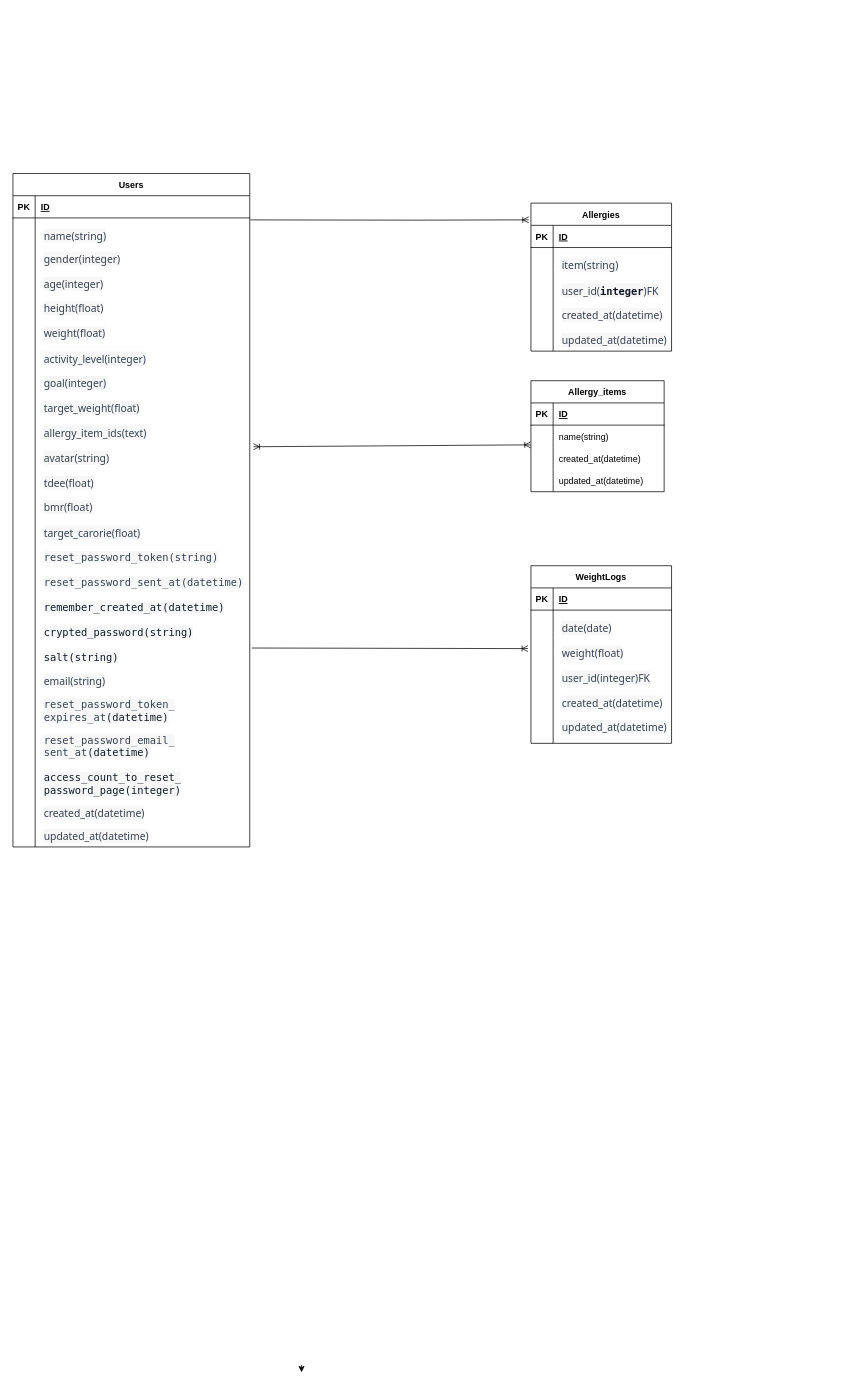
The draw.io diagram er.dio in sakamoto-kohei-44/Fat-Recipe, before the edit. Source tidied: cells renumbered, new cells numbered last; positions are measured from the earlier drawing's top-left corner, leaving out a move shared by most shapes. Both pictures are drawn from the tidied source at 74%, with x=0, y=0 at pixel (13, 173).
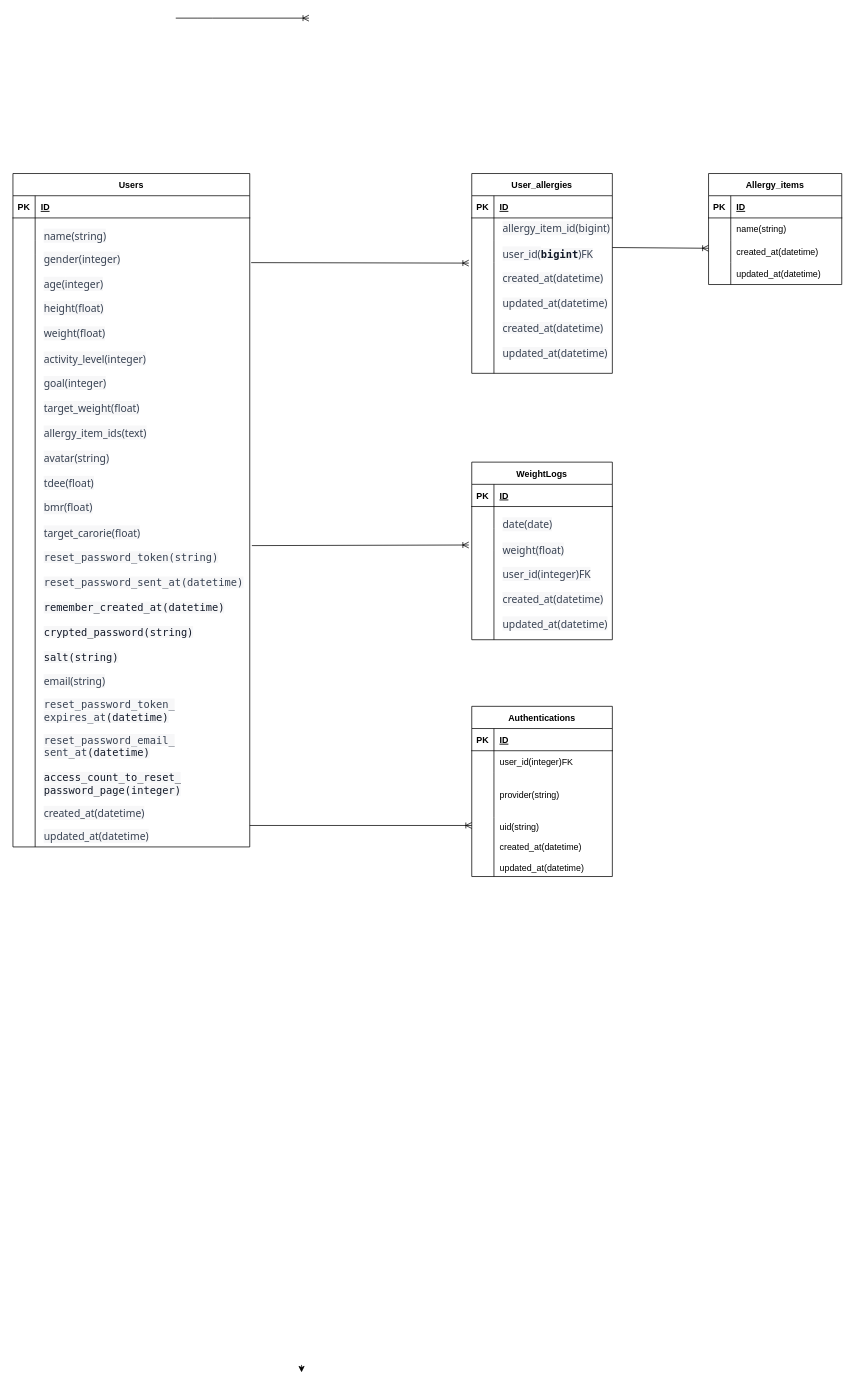
Above is the later version.

The change refers to these unchanged cells:
```xml
<mxCell id="9" style="shape=tableRow;horizontal=0;startSize=0;swimlaneHead=0;swimlaneBody=0;fillColor=none;points=[[0,0.5],[1,0.5]];portConstraint=eastwest;top=0;left=0;right=0;bottom=0;fontSize=12;" parent="2" vertex="1">
  <mxGeometry y="90" width="190" height="30" as="geometry" />
</mxCell>
<mxCell id="34" style="shape=tableRow;horizontal=0;startSize=0;swimlaneHead=0;swimlaneBody=0;fillColor=none;points=[[0,0.5],[1,0.5]];portConstraint=eastwest;top=0;left=0;right=0;bottom=0;fontSize=12;" parent="30" vertex="1">
  <mxGeometry y="60" width="320" height="30" as="geometry" />
</mxCell>
<mxCell id="40" style="shape=tableRow;horizontal=0;startSize=0;swimlaneHead=0;swimlaneBody=0;fillColor=none;points=[[0,0.5],[1,0.5]];portConstraint=eastwest;top=0;left=0;right=0;bottom=0;fontSize=12;" parent="30" vertex="1">
  <mxGeometry y="110" width="320" height="800" as="geometry" />
</mxCell>
<mxCell id="52" style="shape=tableRow;horizontal=0;startSize=0;swimlaneHead=0;swimlaneBody=0;fillColor=none;points=[[0,0.5],[1,0.5]];portConstraint=eastwest;top=0;left=0;right=0;bottom=0;labelBackgroundColor=none;fontColor=#000000;" parent="45" vertex="1">
  <mxGeometry y="90" width="180" height="30" as="geometry" />
</mxCell>
```

What changed in the source:
```diff
@@
     <mxCell id="2" value="WeightLogs" style="shape=table;startSize=30;childLayout=tableLayout;rowLines=0;fontStyle=1;align=center;fontSize=12;" parent="1" vertex="1">
-      <mxGeometry x="700" y="530" width="190" height="240" as="geometry" />
+      <mxGeometry x="620" y="390" width="190" height="240" as="geometry" />
     </mxCell>
@@
     <mxCell id="15" value="&lt;span style=&quot;color: rgb(55, 65, 81); font-family: Söhne, ui-sans-serif, system-ui, -apple-system, &amp;quot;Segoe UI&amp;quot;, Roboto, Ubuntu, Cantarell, &amp;quot;Noto Sans&amp;quot;, sans-serif, &amp;quot;Helvetica Neue&amp;quot;, Arial, &amp;quot;Apple Color Emoji&amp;quot;, &amp;quot;Segoe UI Emoji&amp;quot;, &amp;quot;Segoe UI Symbol&amp;quot;, &amp;quot;Noto Color Emoji&amp;quot;; font-size: 14px; font-style: normal; font-variant-ligatures: normal; font-variant-caps: normal; font-weight: 400; letter-spacing: normal; orphans: 2; text-align: left; text-indent: 0px; text-transform: none; widows: 2; word-spacing: 0px; -webkit-text-stroke-width: 0px; background-color: rgb(247, 247, 248); text-decoration-thickness: initial; text-decoration-style: initial; text-decoration-color: initial; float: none; display: inline !important;&quot;&gt;date(date)&lt;br&gt;&lt;br&gt;weight(float)&lt;br&gt;&lt;br&gt;user_id(integer)FK&lt;br&gt;&lt;br&gt;&lt;span style=&quot;border-color: var(--border-color);&quot;&gt;created_at(datetime)&lt;/span&gt;&lt;br style=&quot;border-color: var(--border-color); color: rgb(0, 0, 0); font-family: Helvetica; font-size: 12px; background-color: rgb(251, 251, 251);&quot;&gt;&lt;br style=&quot;border-color: var(--border-color); color: rgb(0, 0, 0); font-family: Helvetica; font-size: 12px; background-color: rgb(251, 251, 251);&quot;&gt;&lt;span style=&quot;border-color: var(--border-color);&quot;&gt;updated_at(datetime)&lt;/span&gt;&lt;br&gt;&lt;/span&gt;" style="text;whiteSpace=wrap;html=1;fontSize=12;" parent="1" vertex="1">
-      <mxGeometry x="740" y="600" width="60" height="40" as="geometry" />
+      <mxGeometry x="660" y="460" width="60" height="40" as="geometry" />
     </mxCell>
-    <mxCell id="16" value="Allergies" style="shape=table;startSize=30;childLayout=tableLayout;rowLines=0;fontStyle=1;align=center;fontSize=12;" parent="1" vertex="1">
-      <mxGeometry x="700" y="40" width="190" height="200" as="geometry" />
+    <mxCell id="16" value="User_allergies" style="shape=table;startSize=30;childLayout=tableLayout;rowLines=0;fontStyle=1;align=center;fontSize=12;" parent="1" vertex="1">
+      <mxGeometry x="620" width="190" height="270" as="geometry" />
     </mxCell>
@@
     <mxCell id="26" style="shape=tableRow;horizontal=0;startSize=0;swimlaneHead=0;swimlaneBody=0;fillColor=none;points=[[0,0.5],[1,0.5]];portConstraint=eastwest;top=0;left=0;right=0;bottom=0;fontSize=12;" parent="16" vertex="1">
-      <mxGeometry y="120" width="190" height="80" as="geometry" />
+      <mxGeometry y="120" width="190" height="150" as="geometry" />
     </mxCell>
     <mxCell id="27" style="shape=partialRectangle;fillColor=none;top=0;left=0;bottom=0;right=0;overflow=hidden;fontSize=12;" parent="26" vertex="1">
-      <mxGeometry width="30" height="80" as="geometry" />
+      <mxGeometry width="30" height="150" as="geometry" />
     </mxCell>
     <mxCell id="28" style="shape=partialRectangle;fillColor=none;top=0;left=0;bottom=0;right=0;align=left;spacingLeft=6;overflow=hidden;fontSize=12;" parent="26" vertex="1">
-      <mxGeometry x="30" width="160" height="80" as="geometry" />
+      <mxGeometry x="30" width="160" height="150" as="geometry" />
     </mxCell>
-    <mxCell id="29" value="&lt;span style=&quot;color: rgb(55, 65, 81); font-family: Söhne, ui-sans-serif, system-ui, -apple-system, &amp;quot;Segoe UI&amp;quot;, Roboto, Ubuntu, Cantarell, &amp;quot;Noto Sans&amp;quot;, sans-serif, &amp;quot;Helvetica Neue&amp;quot;, Arial, &amp;quot;Apple Color Emoji&amp;quot;, &amp;quot;Segoe UI Emoji&amp;quot;, &amp;quot;Segoe UI Symbol&amp;quot;, &amp;quot;Noto Color Emoji&amp;quot;; font-size: 14px; font-style: normal; font-variant-ligatures: normal; font-variant-caps: normal; font-weight: 400; letter-spacing: normal; orphans: 2; text-align: left; text-indent: 0px; text-transform: none; widows: 2; word-spacing: 0px; -webkit-text-stroke-width: 0px; background-color: rgb(247, 247, 248); text-decoration-thickness: initial; text-decoration-style: initial; text-decoration-color: initial; float: none; display: inline !important;&quot;&gt;item(string)&lt;br&gt;&lt;br&gt;user_id(&lt;span style=&quot;color: rgb(17, 24, 39); font-family: &amp;quot;Söhne Mono&amp;quot;, Monaco, &amp;quot;Andale Mono&amp;quot;, &amp;quot;Ubuntu Mono&amp;quot;, monospace; font-weight: 600;&quot;&gt;integer&lt;/span&gt;)FK&lt;br&gt;&lt;br&gt;&lt;span style=&quot;border-color: var(--border-color);&quot;&gt;created_at(datetime)&lt;/span&gt;&lt;br style=&quot;border-color: var(--border-color); color: rgb(0, 0, 0); font-family: Helvetica; font-size: 12px; background-color: rgb(251, 251, 251);&quot;&gt;&lt;br style=&quot;border-color: var(--border-color); color: rgb(0, 0, 0); font-family: Helvetica; font-size: 12px; background-color: rgb(251, 251, 251);&quot;&gt;&lt;span style=&quot;border-color: var(--border-color);&quot;&gt;updated_at(datetime)&lt;/span&gt;&lt;br&gt;&lt;/span&gt;" style="text;whiteSpace=wrap;html=1;fontSize=12;" parent="1" vertex="1">
-      <mxGeometry x="740" y="110" width="100" height="40" as="geometry" />
+    <mxCell id="29" value="&lt;span style=&quot;color: rgb(55, 65, 81); font-family: Söhne, ui-sans-serif, system-ui, -apple-system, &amp;quot;Segoe UI&amp;quot;, Roboto, Ubuntu, Cantarell, &amp;quot;Noto Sans&amp;quot;, sans-serif, &amp;quot;Helvetica Neue&amp;quot;, Arial, &amp;quot;Apple Color Emoji&amp;quot;, &amp;quot;Segoe UI Emoji&amp;quot;, &amp;quot;Segoe UI Symbol&amp;quot;, &amp;quot;Noto Color Emoji&amp;quot;; font-size: 14px; font-style: normal; font-variant-ligatures: normal; font-variant-caps: normal; font-weight: 400; letter-spacing: normal; orphans: 2; text-align: left; text-indent: 0px; text-transform: none; widows: 2; word-spacing: 0px; -webkit-text-stroke-width: 0px; background-color: rgb(247, 247, 248); text-decoration-thickness: initial; text-decoration-style: initial; text-decoration-color: initial; float: none; display: inline !important;&quot;&gt;allergy_item_id(bigint)&lt;br&gt;&lt;br&gt;user_id(&lt;/span&gt;&lt;span style=&quot;font-size: 14px; font-style: normal; font-variant-ligatures: normal; font-variant-caps: normal; letter-spacing: normal; orphans: 2; text-align: left; text-indent: 0px; text-transform: none; widows: 2; word-spacing: 0px; -webkit-text-stroke-width: 0px; background-color: rgb(247, 247, 248); text-decoration-thickness: initial; text-decoration-style: initial; text-decoration-color: initial; float: none; display: inline !important;&quot;&gt;&lt;font face=&quot;Söhne Mono, Monaco, Andale Mono, Ubuntu Mono, monospace&quot; color=&quot;#111827&quot;&gt;&lt;b&gt;bigint&lt;/b&gt;&lt;/font&gt;&lt;font face=&quot;Söhne, ui-sans-serif, system-ui, -apple-system, Segoe UI, Roboto, Ubuntu, Cantarell, Noto Sans, sans-serif, Helvetica Neue, Arial, Apple Color Emoji, Segoe UI Emoji, Segoe UI Symbol, Noto Color Emoji&quot; color=&quot;#374151&quot;&gt;)FK&lt;/font&gt;&lt;br&gt;&lt;br&gt;&lt;span style=&quot;color: rgb(55, 65, 81); font-family: Söhne, ui-sans-serif, system-ui, -apple-system, &amp;quot;Segoe UI&amp;quot;, Roboto, Ubuntu, Cantarell, &amp;quot;Noto Sans&amp;quot;, sans-serif, &amp;quot;Helvetica Neue&amp;quot;, Arial, &amp;quot;Apple Color Emoji&amp;quot;, &amp;quot;Segoe UI Emoji&amp;quot;, &amp;quot;Segoe UI Symbol&amp;quot;, &amp;quot;Noto Color Emoji&amp;quot;; font-weight: 400; border-color: var(--border-color);&quot;&gt;created_at(datetime)&lt;/span&gt;&lt;br style=&quot;border-color: var(--border-color); color: rgb(0, 0, 0); font-family: Helvetica; font-size: 12px; background-color: rgb(251, 251, 251);&quot;&gt;&lt;br style=&quot;border-color: var(--border-color); color: rgb(0, 0, 0); font-family: Helvetica; font-size: 12px; background-color: rgb(251, 251, 251);&quot;&gt;&lt;span style=&quot;color: rgb(55, 65, 81); font-family: Söhne, ui-sans-serif, system-ui, -apple-system, &amp;quot;Segoe UI&amp;quot;, Roboto, Ubuntu, Cantarell, &amp;quot;Noto Sans&amp;quot;, sans-serif, &amp;quot;Helvetica Neue&amp;quot;, Arial, &amp;quot;Apple Color Emoji&amp;quot;, &amp;quot;Segoe UI Emoji&amp;quot;, &amp;quot;Segoe UI Symbol&amp;quot;, &amp;quot;Noto Color Emoji&amp;quot;; font-weight: 400; border-color: var(--border-color);&quot;&gt;updated_at(datetime)&lt;br&gt;&lt;/span&gt;&lt;br&gt;&lt;span style=&quot;border-color: var(--border-color); color: rgb(55, 65, 81); font-family: Söhne, ui-sans-serif, system-ui, -apple-system, &amp;quot;Segoe UI&amp;quot;, Roboto, Ubuntu, Cantarell, &amp;quot;Noto Sans&amp;quot;, sans-serif, &amp;quot;Helvetica Neue&amp;quot;, Arial, &amp;quot;Apple Color Emoji&amp;quot;, &amp;quot;Segoe UI Emoji&amp;quot;, &amp;quot;Segoe UI Symbol&amp;quot;, &amp;quot;Noto Color Emoji&amp;quot;;&quot;&gt;created_at(datetime)&lt;/span&gt;&lt;br style=&quot;border-color: var(--border-color); font-size: 12px; background-color: rgb(251, 251, 251);&quot;&gt;&lt;br style=&quot;border-color: var(--border-color); font-size: 12px; background-color: rgb(251, 251, 251);&quot;&gt;&lt;span style=&quot;border-color: var(--border-color); color: rgb(55, 65, 81); font-family: Söhne, ui-sans-serif, system-ui, -apple-system, &amp;quot;Segoe UI&amp;quot;, Roboto, Ubuntu, Cantarell, &amp;quot;Noto Sans&amp;quot;, sans-serif, &amp;quot;Helvetica Neue&amp;quot;, Arial, &amp;quot;Apple Color Emoji&amp;quot;, &amp;quot;Segoe UI Emoji&amp;quot;, &amp;quot;Segoe UI Symbol&amp;quot;, &amp;quot;Noto Color Emoji&amp;quot;;&quot;&gt;updated_at(datetime)&lt;/span&gt;&lt;br&gt;&lt;/span&gt;" style="text;whiteSpace=wrap;html=1;fontSize=12;" parent="1" vertex="1">
+      <mxGeometry x="660" y="60" width="100" height="40" as="geometry" />
     </mxCell>
@@
     <mxCell id="45" value="Allergy_items" style="shape=table;startSize=30;childLayout=tableLayout;rowLines=0;fontStyle=1;align=center;labelBackgroundColor=none;fontColor=#000000;" parent="1" vertex="1">
-      <mxGeometry x="700" y="280" width="180" height="150" as="geometry" />
+      <mxGeometry x="940" width="180" height="150" as="geometry" />
     </mxCell>
@@
-    <mxCell id="58" style="fontSize=12;html=1;endArrow=ERoneToMany;fontColor=#000000;exitX=1.003;exitY=0.089;exitDx=0;exitDy=0;exitPerimeter=0;entryX=-0.016;entryY=0.113;entryDx=0;entryDy=0;entryPerimeter=0;" parent="1" edge="1" source="34" target="16">
+    <mxCell id="58" style="fontSize=12;html=1;endArrow=ERoneToMany;fontColor=#000000;" parent="1" edge="1">
       <mxGeometry relative="1" as="geometry">
+        <mxPoint x="220" y="-210" as="sourcePoint" />
+        <mxPoint x="400" y="-210" as="targetPoint" />
         <Array as="points">
-          <mxPoint x="550" y="63" />
+          <mxPoint x="260" y="-210" />
         </Array>
       </mxGeometry>
     </mxCell>
-    <mxCell id="59" style="fontSize=12;html=1;endArrow=ERoneToMany;startArrow=ERoneToMany;fontColor=#000000;exitX=1.016;exitY=0.324;exitDx=0;exitDy=0;exitPerimeter=0;entryX=-0.002;entryY=-0.111;entryDx=0;entryDy=0;entryPerimeter=0;" parent="1" edge="1" source="40" target="52">
-      <mxGeometry relative="1" as="geometry" />
-    </mxCell>
-    <mxCell id="60" style="fontSize=12;html=1;endArrow=ERoneToMany;exitX=1.009;exitY=0.664;exitDx=0;exitDy=0;exitPerimeter=0;entryX=-0.021;entryY=0.733;entryDx=0;entryDy=0;entryPerimeter=0;" parent="1" edge="1" source="40" target="9">
+    <mxCell id="60" style="fontSize=12;html=1;endArrow=ERoneToMany;exitX=1.009;exitY=0.491;exitDx=0;exitDy=0;exitPerimeter=0;entryX=-0.021;entryY=0.733;entryDx=0;entryDy=0;entryPerimeter=0;" parent="1" edge="1" source="40" target="9">
       <mxGeometry relative="1" as="geometry" />
     </mxCell>
+    <mxCell id="61" value="Authentications" style="shape=table;startSize=30;childLayout=tableLayout;rowLines=0;fontStyle=1;align=center;fontSize=12;" parent="1" vertex="1">
+      <mxGeometry x="620" y="720" width="190" height="230" as="geometry" />
+    </mxCell>
+    <mxCell id="62" style="shape=tableRow;horizontal=0;startSize=0;swimlaneHead=0;swimlaneBody=0;fillColor=none;top=0;left=0;right=0;bottom=1;fontSize=12;" parent="61" vertex="1">
+      <mxGeometry y="30" width="190" height="30" as="geometry" />
+    </mxCell>
+    <mxCell id="63" value="PK" style="shape=partialRectangle;fillColor=none;top=0;left=0;bottom=0;right=0;fontStyle=1;overflow=hidden;fontSize=12;" parent="62" vertex="1">
+      <mxGeometry width="30" height="30" as="geometry" />
+    </mxCell>
+    <mxCell id="64" value="ID" style="shape=partialRectangle;fillColor=none;top=0;left=0;bottom=0;right=0;align=left;spacingLeft=6;fontStyle=5;overflow=hidden;fontSize=12;" parent="62" vertex="1">
+      <mxGeometry x="30" width="160" height="30" as="geometry" />
+    </mxCell>
+    <mxCell id="65" style="shape=tableRow;horizontal=0;startSize=0;swimlaneHead=0;swimlaneBody=0;fillColor=none;top=0;left=0;right=0;bottom=0;fontSize=12;" parent="61" vertex="1">
+      <mxGeometry y="60" width="190" height="30" as="geometry" />
+    </mxCell>
+    <mxCell id="66" style="shape=partialRectangle;fillColor=none;top=0;left=0;bottom=0;right=0;overflow=hidden;fontSize=12;" parent="65" vertex="1">
+      <mxGeometry width="30" height="30" as="geometry" />
+    </mxCell>
+    <mxCell id="67" value="user_id(integer)FK" style="shape=partialRectangle;fillColor=none;top=0;left=0;bottom=0;right=0;align=left;spacingLeft=6;overflow=hidden;fontSize=12;" parent="65" vertex="1">
+      <mxGeometry x="30" width="160" height="30" as="geometry" />
+    </mxCell>
+    <mxCell id="68" style="shape=tableRow;horizontal=0;startSize=0;swimlaneHead=0;swimlaneBody=0;fillColor=none;top=0;left=0;right=0;bottom=0;fontSize=12;" parent="61" vertex="1">
+      <mxGeometry y="90" width="190" height="60" as="geometry" />
+    </mxCell>
+    <mxCell id="69" style="shape=partialRectangle;fillColor=none;top=0;left=0;bottom=0;right=0;overflow=hidden;fontSize=12;" parent="68" vertex="1">
+      <mxGeometry width="30" height="60" as="geometry" />
+    </mxCell>
+    <mxCell id="70" value="provider(string)" style="shape=partialRectangle;fillColor=none;top=0;left=0;bottom=0;right=0;align=left;spacingLeft=6;overflow=hidden;fontSize=12;" parent="68" vertex="1">
+      <mxGeometry x="30" width="160" height="60" as="geometry" />
+    </mxCell>
+    <mxCell id="71" style="shape=tableRow;horizontal=0;startSize=0;swimlaneHead=0;swimlaneBody=0;fillColor=none;top=0;left=0;right=0;bottom=0;fontSize=12;" parent="61" vertex="1">
+      <mxGeometry y="150" width="190" height="80" as="geometry" />
+    </mxCell>
+    <mxCell id="72" style="shape=partialRectangle;fillColor=none;top=0;left=0;bottom=0;right=0;overflow=hidden;fontSize=12;" parent="71" vertex="1">
+      <mxGeometry width="30" height="80" as="geometry" />
+    </mxCell>
+    <mxCell id="73" value="uid(string)&#10;&#10;created_at(datetime)&#10;&#10;updated_at(datetime)" style="shape=partialRectangle;fillColor=none;top=0;left=0;bottom=0;right=0;align=left;spacingLeft=6;overflow=hidden;fontSize=12;" parent="71" vertex="1">
+      <mxGeometry x="30" width="160" height="80" as="geometry" />
+    </mxCell>
+    <mxCell id="74" style="fontSize=12;html=1;endArrow=ERoneToMany;" parent="1" edge="1">
+      <mxGeometry relative="1" as="geometry">
+        <mxPoint x="320" y="881" as="sourcePoint" />
+        <mxPoint x="620" y="881" as="targetPoint" />
+      </mxGeometry>
+    </mxCell>
+    <mxCell id="75" style="fontSize=12;html=1;endArrow=ERoneToMany;exitX=1.006;exitY=0.013;exitDx=0;exitDy=0;exitPerimeter=0;entryX=-0.021;entryY=0.007;entryDx=0;entryDy=0;entryPerimeter=0;" parent="1" edge="1" source="40" target="26">
+      <mxGeometry relative="1" as="geometry" />
+    </mxCell>
+    <mxCell id="76" style="fontSize=12;html=1;endArrow=ERoneToMany;" parent="1" edge="1">
+      <mxGeometry relative="1" as="geometry">
+        <mxPoint x="810" y="100" as="sourcePoint" />
+        <mxPoint x="940" y="101" as="targetPoint" />
+      </mxGeometry>
+    </mxCell>
```
